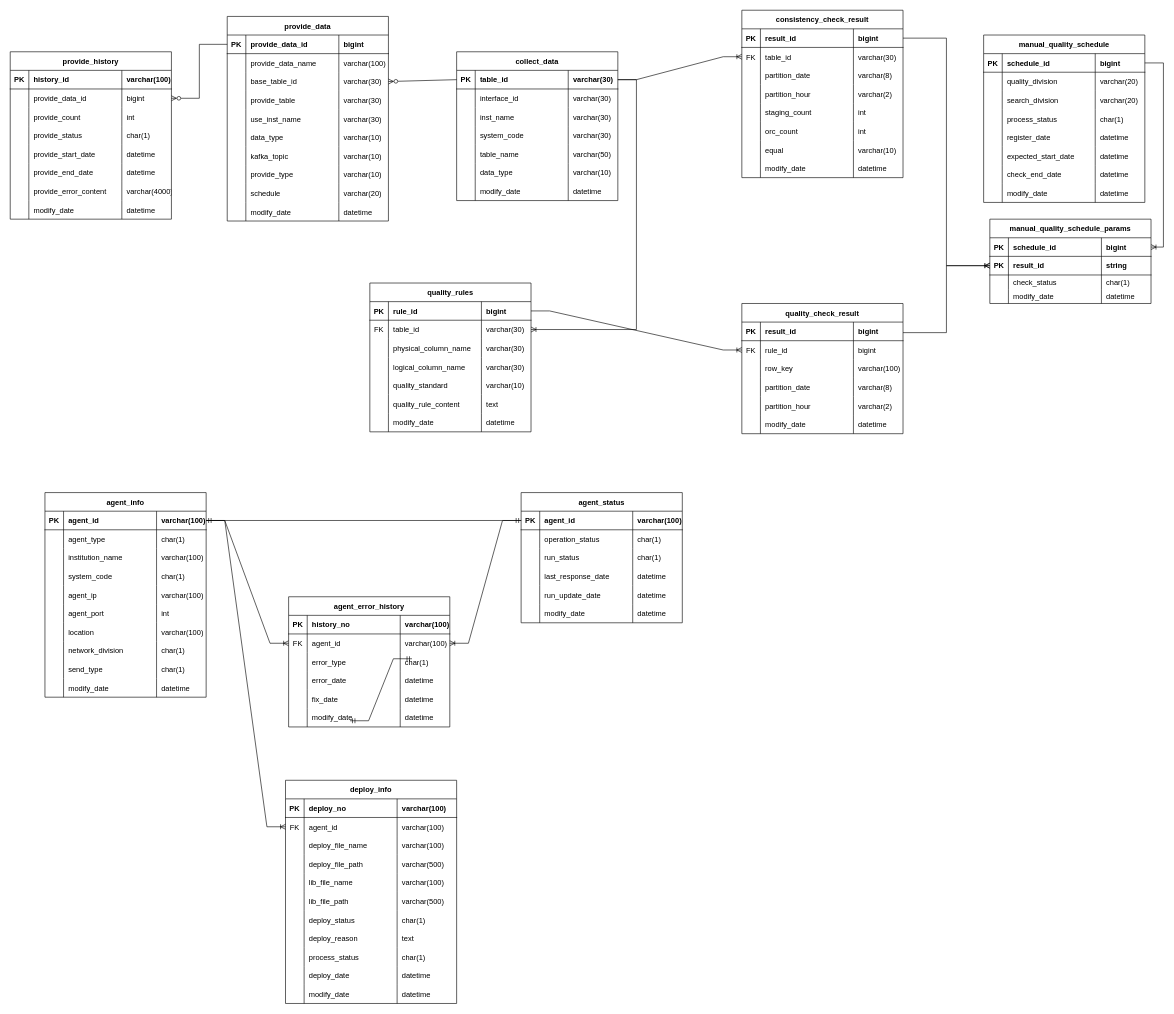
Earlier version of the draw.io diagram 빅데이터 테이블 설계.drawio (vtw-atm/bigdata-table-diagram). Source tidied: cells renumbered, new cells numbered last; positions are measured from the earlier drawing's top-left corner, leaving out a move shared by most shapes. Both pictures are drawn from the tidied source at 62%, with x=0, y=0 at pixel (10, 10).
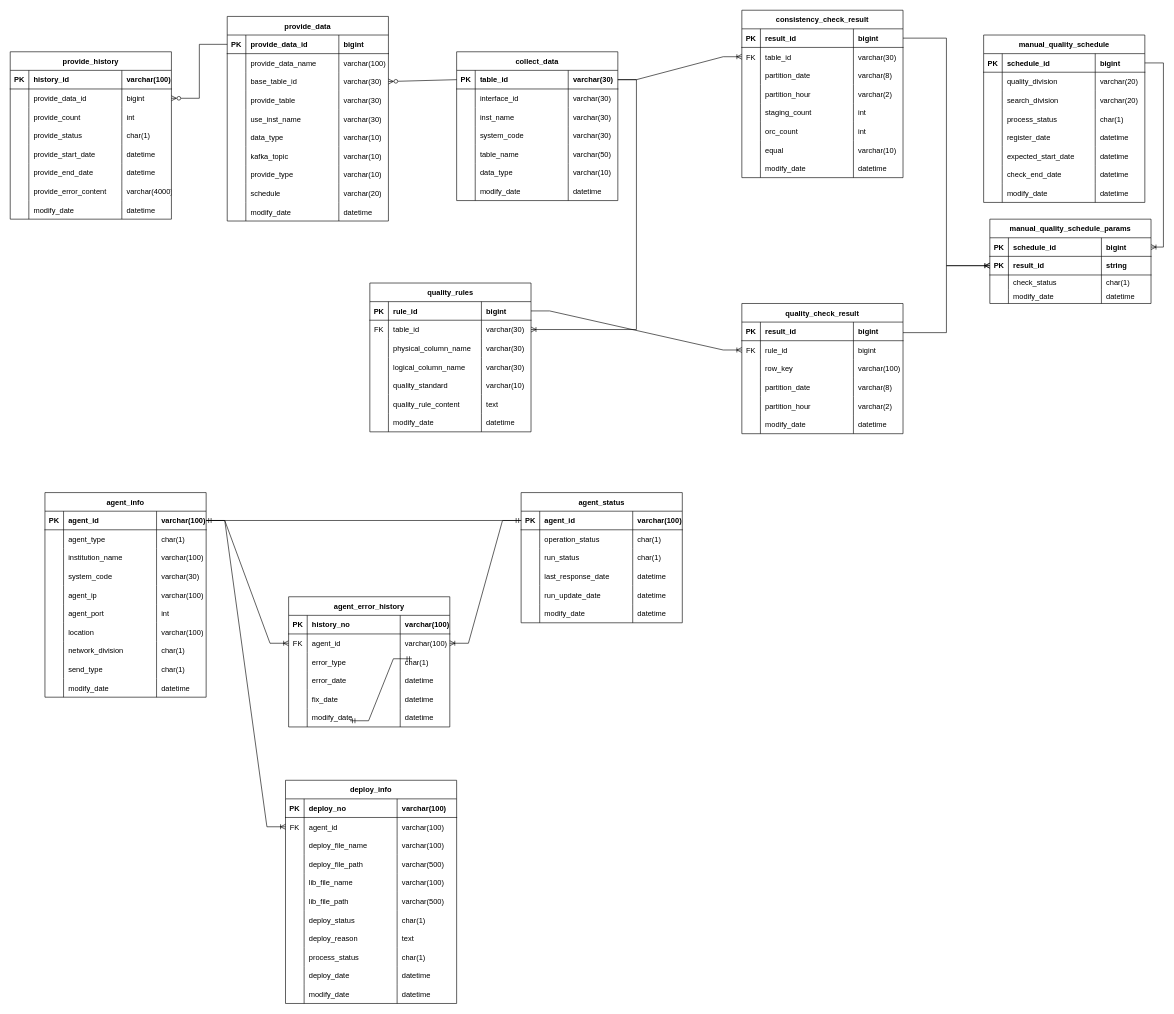
The same page after the edit.

Commit message:
에이전트 관리 타입 길이 수정

Unchanged cells that the change refers to:
```xml
<mxCell id="288" style="shape=tableRow;horizontal=0;startSize=0;swimlaneHead=0;swimlaneBody=0;fillColor=none;top=0;left=0;right=0;bottom=0;rounded=0;" parent="275" vertex="1">
  <mxGeometry y="120" width="260" height="30" as="geometry" />
</mxCell>
```

The edit, as a diff of the source:
```diff
@@
-    <mxCell id="291" value="char(1)" style="shape=partialRectangle;fillColor=none;top=0;left=0;bottom=0;right=0;align=left;spacingLeft=6;overflow=hidden;rounded=0;" parent="288" vertex="1">
+    <mxCell id="291" value="varchar(30)" style="shape=partialRectangle;fillColor=none;top=0;left=0;bottom=0;right=0;align=left;spacingLeft=6;overflow=hidden;rounded=0;" parent="288" vertex="1">
       <mxGeometry x="180" width="80" height="30" as="geometry" />
     </mxCell>
```
